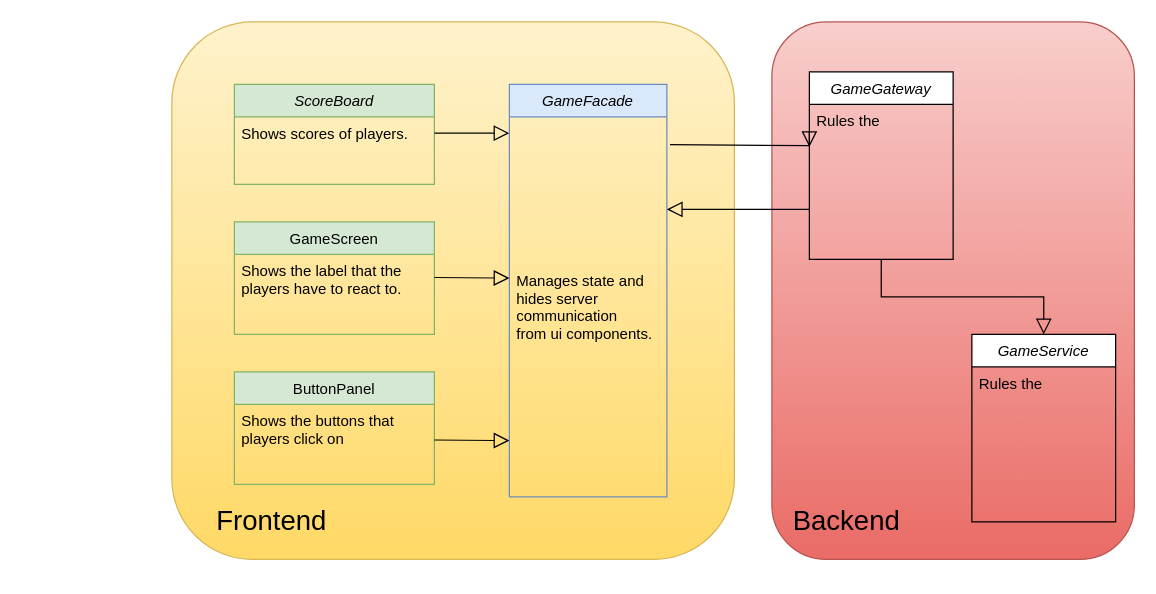
Earlier version of the draw.io diagram documentation/angularMultiplayerReaction.drawio (SoftwareKater/nx-confusion). Source tidied: cells renumbered, new cells numbered last; positions are measured from the earlier drawing's top-left corner, leaving out a move shared by most shapes. Both pictures are drawn from the tidied source at 125%, with x=0, y=0 at pixel (171, 21).
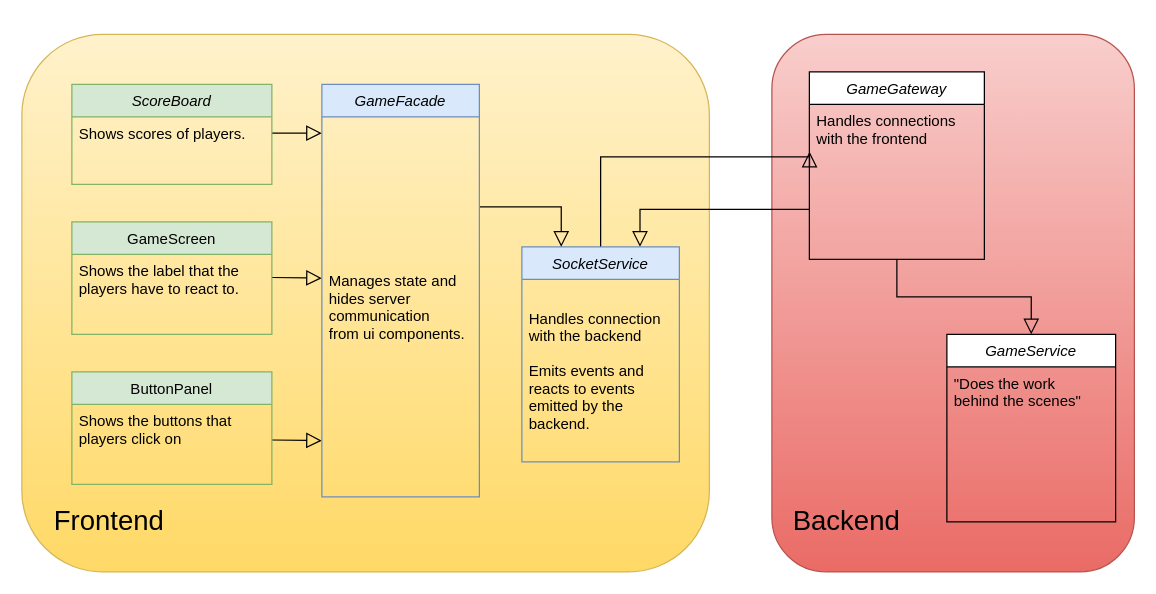
After the change.

What changed in the source:
```diff
@@
     <mxCell id="2" style="rounded=1;whiteSpace=wrap;html=1;fillColor=#f8cecc;strokeColor=#b85450;glass=0;shadow=0;sketch=0;gradientColor=#ea6b66;" parent="1" vertex="1">
-      <mxGeometry x="480" width="290" height="430" as="geometry" />
+      <mxGeometry x="480" y="10" width="290" height="430" as="geometry" />
     </mxCell>
     <mxCell id="3" style="rounded=1;whiteSpace=wrap;html=1;glass=0;shadow=0;sketch=0;fillColor=#fff2cc;strokeColor=#d6b656;gradientColor=#ffd966;" parent="1" vertex="1">
-      <mxGeometry width="450" height="430" as="geometry" />
+      <mxGeometry x="-120" y="10" width="550" height="430" as="geometry" />
     </mxCell>
-    <mxCell id="4" value="ScoreBoard" style="swimlane;fontStyle=2;align=center;verticalAlign=top;horizontal=1;startSize=26;rounded=0;shadow=0;strokeWidth=1;fillColor=#d5e8d4;strokeColor=#82b366;" parent="1" vertex="1">
-      <mxGeometry x="50" y="50" width="160" height="80" as="geometry" />
-    </mxCell>
-    <mxCell id="5" value="Shows scores of players." style="text;align=left;verticalAlign=top;spacingLeft=4;spacingRight=4;overflow=hidden;points=[[0,0.5],[1,0.5]];portConstraint=eastwest;" parent="4" vertex="1">
-      <mxGeometry y="26" width="160" height="26" as="geometry" />
-    </mxCell>
-    <mxCell id="6" value="GameScreen" style="swimlane;fontStyle=0;align=center;verticalAlign=top;horizontal=1;startSize=26;rounded=0;shadow=0;strokeWidth=1;fillColor=#d5e8d4;strokeColor=#82b366;" parent="1" vertex="1">
-      <mxGeometry x="50" y="160" width="160" height="90" as="geometry" />
-    </mxCell>
-    <mxCell id="7" value="Shows the label that the&#10;players have to react to." style="text;align=left;verticalAlign=top;spacingLeft=4;spacingRight=4;overflow=hidden;" parent="6" vertex="1">
-      <mxGeometry y="26" width="160" height="64" as="geometry" />
-    </mxCell>
@@
-    <mxCell id="9" value="ButtonPanel" style="swimlane;fontStyle=0;align=center;verticalAlign=top;horizontal=1;startSize=26;rounded=0;shadow=0;strokeWidth=1;fillColor=#d5e8d4;strokeColor=#82b366;" parent="1" vertex="1">
-      <mxGeometry x="50" y="280" width="160" height="90" as="geometry" />
-    </mxCell>
-    <mxCell id="10" value="Shows the buttons that &#10;players click on " style="text;align=left;verticalAlign=top;spacingLeft=4;spacingRight=4;overflow=hidden;" parent="9" vertex="1">
-      <mxGeometry y="26" width="160" height="54" as="geometry" />
-    </mxCell>
-    <mxCell id="11" value="GameFacade" style="swimlane;fontStyle=2;align=center;verticalAlign=top;horizontal=1;startSize=26;rounded=0;shadow=0;strokeWidth=1;fillColor=#dae8fc;strokeColor=#6c8ebf;" parent="1" vertex="1">
-      <mxGeometry x="270" y="50" width="126" height="330" as="geometry" />
-    </mxCell>
-    <mxCell id="12" value="Manages state and&#10;hides server &#10;communication&#10;from ui components." style="text;align=left;verticalAlign=middle;spacingLeft=4;spacingRight=4;overflow=hidden;points=[[0,0.5],[1,0.5]];portConstraint=eastwest;direction=south;horizontal=1;" parent="11" vertex="1">
-      <mxGeometry y="26" width="126" height="304" as="geometry" />
-    </mxCell>
     <mxCell id="13" style="endArrow=block;endSize=10;endFill=0;shadow=0;strokeWidth=1;rounded=0;edgeStyle=elbowEdgeStyle;elbow=vertical;exitX=1;exitY=0.5;exitDx=0;exitDy=0;entryX=0.424;entryY=1;entryDx=0;entryDy=0;entryPerimeter=0;strokeColor=#000000;" parent="1" edge="1" target="12">
       <mxGeometry relative="1" as="geometry">
-        <mxPoint x="210" y="204.5" as="sourcePoint" />
+        <mxPoint x="80" y="204.5" as="sourcePoint" />
       </mxGeometry>
     </mxCell>
     <mxCell id="14" style="endArrow=block;endSize=10;endFill=0;shadow=0;strokeWidth=1;rounded=0;edgeStyle=elbowEdgeStyle;elbow=vertical;exitX=1;exitY=0.5;exitDx=0;exitDy=0;entryX=0.852;entryY=1;entryDx=0;entryDy=0;entryPerimeter=0;strokeColor=#000000;" parent="1" edge="1" target="12">
       <mxGeometry relative="1" as="geometry">
-        <mxPoint x="210" y="334.5" as="sourcePoint" />
+        <mxPoint x="80" y="334.5" as="sourcePoint" />
       </mxGeometry>
     </mxCell>
     <mxCell id="15" value="Frontend" style="rounded=0;whiteSpace=wrap;html=1;shadow=0;glass=0;sketch=0;fontSize=22;fillColor=none;strokeColor=none;" parent="1" vertex="1">
-      <mxGeometry x="20" y="380" width="120" height="40" as="geometry" />
+      <mxGeometry x="-110" y="380" width="120" height="40" as="geometry" />
     </mxCell>
@@
-    <mxCell id="17" style="endArrow=block;endSize=10;endFill=0;shadow=0;strokeWidth=1;rounded=0;edgeStyle=elbowEdgeStyle;elbow=vertical;exitX=0.073;exitY=-0.02;exitDx=0;exitDy=0;exitPerimeter=0;entryX=0;entryY=0.63;entryDx=0;entryDy=0;entryPerimeter=0;strokeColor=#000000;" parent="1" edge="1" source="12" target="23">
-      <mxGeometry relative="1" as="geometry" />
+    <mxCell id="17" style="endArrow=block;endSize=10;endFill=0;shadow=0;strokeWidth=1;rounded=0;edgeStyle=elbowEdgeStyle;elbow=vertical;exitX=0.5;exitY=0;exitDx=0;exitDy=0;strokeColor=#000000;entryX=0.001;entryY=0.701;entryDx=0;entryDy=0;entryPerimeter=0;" parent="1" edge="1" source="24" target="23">
+      <mxGeometry relative="1" as="geometry">
+        <Array as="points">
+          <mxPoint x="370" y="108" />
+        </Array>
+      </mxGeometry>
     </mxCell>
-    <mxCell id="18" style="endArrow=block;endSize=10;endFill=0;shadow=0;strokeWidth=1;rounded=0;edgeStyle=elbowEdgeStyle;elbow=vertical;strokeColor=#000000;" parent="1" edge="1" target="12">
+    <mxCell id="18" style="endArrow=block;endSize=10;endFill=0;shadow=0;strokeWidth=1;rounded=0;edgeStyle=elbowEdgeStyle;elbow=vertical;strokeColor=#000000;entryX=0.75;entryY=0;entryDx=0;entryDy=0;" parent="1" edge="1" target="24">
       <mxGeometry relative="1" as="geometry">
         <mxPoint x="510" y="150" as="sourcePoint" />
         <Array as="points">
           <mxPoint x="460" y="150" />
           <mxPoint x="485" y="220" />
         </Array>
       </mxGeometry>
     </mxCell>
     <mxCell id="19" value="GameService" style="swimlane;fontStyle=2;align=center;verticalAlign=top;horizontal=1;startSize=26;rounded=0;shadow=0;strokeWidth=1;fillColor=#FFFFFF;fontColor=#000000;" parent="1" vertex="1">
-      <mxGeometry x="640" y="250" width="115" height="150" as="geometry" />
+      <mxGeometry x="620" y="250" width="135" height="150" as="geometry" />
     </mxCell>
-    <mxCell id="20" value="Rules the " style="text;align=left;verticalAlign=top;spacingLeft=4;spacingRight=4;overflow=hidden;" parent="19" vertex="1">
-      <mxGeometry y="26" width="115" height="54" as="geometry" />
+    <mxCell id="20" value="&quot;Does the work&#10;behind the scenes&quot;" style="text;align=left;verticalAlign=top;spacingLeft=4;spacingRight=4;overflow=hidden;fontColor=#000000;" parent="19" vertex="1">
+      <mxGeometry y="26" width="135" height="54" as="geometry" />
     </mxCell>
@@
     <mxCell id="22" value="GameGateway" style="swimlane;fontStyle=2;align=center;verticalAlign=top;horizontal=1;startSize=26;rounded=0;shadow=0;strokeWidth=1;fillColor=#FFFFFF;fontColor=#000000;" parent="1" vertex="1">
-      <mxGeometry x="510" y="40" width="115" height="150" as="geometry" />
+      <mxGeometry x="510" y="40" width="140" height="150" as="geometry" />
     </mxCell>
-    <mxCell id="23" value="Rules the " style="text;align=left;verticalAlign=top;spacingLeft=4;spacingRight=4;overflow=hidden;points=[[0,0.5],[1,0.5]];portConstraint=eastwest;" parent="22" vertex="1">
-      <mxGeometry y="26" width="115" height="54" as="geometry" />
+    <mxCell id="23" value="Handles connections &#10;with the frontend" style="text;align=left;verticalAlign=top;spacingLeft=4;spacingRight=4;overflow=hidden;points=[[0,0.5],[1,0.5]];portConstraint=eastwest;fontColor=#000000;" parent="22" vertex="1">
+      <mxGeometry y="26" width="140" height="54" as="geometry" />
     </mxCell>
+    <mxCell id="4" value="ScoreBoard" style="swimlane;fontStyle=2;align=center;verticalAlign=top;horizontal=1;startSize=26;rounded=0;shadow=0;strokeWidth=1;fillColor=#d5e8d4;strokeColor=#82b366;fontColor=#000000;" parent="1" vertex="1">
+      <mxGeometry x="-80" y="50" width="160" height="80" as="geometry" />
+    </mxCell>
+    <mxCell id="5" value="Shows scores of players." style="text;align=left;verticalAlign=top;spacingLeft=4;spacingRight=4;overflow=hidden;points=[[0,0.5],[1,0.5]];portConstraint=eastwest;fontColor=#000000;" parent="4" vertex="1">
+      <mxGeometry y="26" width="160" height="26" as="geometry" />
+    </mxCell>
+    <mxCell id="6" value="GameScreen" style="swimlane;fontStyle=0;align=center;verticalAlign=top;horizontal=1;startSize=26;rounded=0;shadow=0;strokeWidth=1;fillColor=#d5e8d4;strokeColor=#82b366;fontColor=#000000;" parent="1" vertex="1">
+      <mxGeometry x="-80" y="160" width="160" height="90" as="geometry" />
+    </mxCell>
+    <mxCell id="7" value="Shows the label that the&#10;players have to react to." style="text;align=left;verticalAlign=top;spacingLeft=4;spacingRight=4;overflow=hidden;fontColor=#000000;" parent="6" vertex="1">
+      <mxGeometry y="26" width="160" height="64" as="geometry" />
+    </mxCell>
+    <mxCell id="9" value="ButtonPanel" style="swimlane;fontStyle=0;align=center;verticalAlign=top;horizontal=1;startSize=26;rounded=0;shadow=0;strokeWidth=1;fillColor=#d5e8d4;strokeColor=#82b366;fontColor=#000000;" parent="1" vertex="1">
+      <mxGeometry x="-80" y="280" width="160" height="90" as="geometry" />
+    </mxCell>
+    <mxCell id="10" value="Shows the buttons that &#10;players click on " style="text;align=left;verticalAlign=top;spacingLeft=4;spacingRight=4;overflow=hidden;fontColor=#000000;" parent="9" vertex="1">
+      <mxGeometry y="26" width="160" height="54" as="geometry" />
+    </mxCell>
+    <mxCell id="24" value="SocketService" style="swimlane;fontStyle=2;align=center;verticalAlign=top;horizontal=1;startSize=26;rounded=0;shadow=0;strokeWidth=1;fillColor=#dae8fc;strokeColor=#6c8ebf;fontColor=#000000;" parent="1" vertex="1">
+      <mxGeometry x="280" y="180" width="126" height="172" as="geometry" />
+    </mxCell>
+    <mxCell id="25" value="Handles connection &#10;with the backend&#10;&#10;Emits events and &#10;reacts to events &#10;emitted by the &#10;backend." style="text;align=left;verticalAlign=middle;spacingLeft=4;spacingRight=4;overflow=hidden;direction=south;horizontal=1;fontColor=#000000;" parent="24" vertex="1">
+      <mxGeometry y="26" width="126" height="146" as="geometry" />
+    </mxCell>
+    <mxCell id="26" style="endArrow=block;endSize=10;endFill=0;shadow=0;strokeWidth=1;rounded=0;edgeStyle=elbowEdgeStyle;elbow=vertical;strokeColor=#000000;entryX=0.25;entryY=0;entryDx=0;entryDy=0;exitX=0.237;exitY=-0.004;exitDx=0;exitDy=0;exitPerimeter=0;" parent="1" edge="1" source="12" target="24">
+      <mxGeometry relative="1" as="geometry">
+        <Array as="points">
+          <mxPoint x="280" y="148" />
+        </Array>
+      </mxGeometry>
+    </mxCell>
+    <mxCell id="11" value="GameFacade" style="swimlane;fontStyle=2;align=center;verticalAlign=top;horizontal=1;startSize=26;rounded=0;shadow=0;strokeWidth=1;fillColor=#dae8fc;strokeColor=#6c8ebf;fontColor=#000000;" parent="1" vertex="1">
+      <mxGeometry x="120" y="50" width="126" height="330" as="geometry" />
+    </mxCell>
+    <mxCell id="12" value="Manages state and&#10;hides server &#10;communication&#10;from ui components." style="text;align=left;verticalAlign=middle;spacingLeft=4;spacingRight=4;overflow=hidden;points=[[0,0.5],[1,0.5]];portConstraint=eastwest;direction=south;horizontal=1;fontColor=#000000;" parent="11" vertex="1">
+      <mxGeometry y="26" width="126" height="304" as="geometry" />
+    </mxCell>
```
